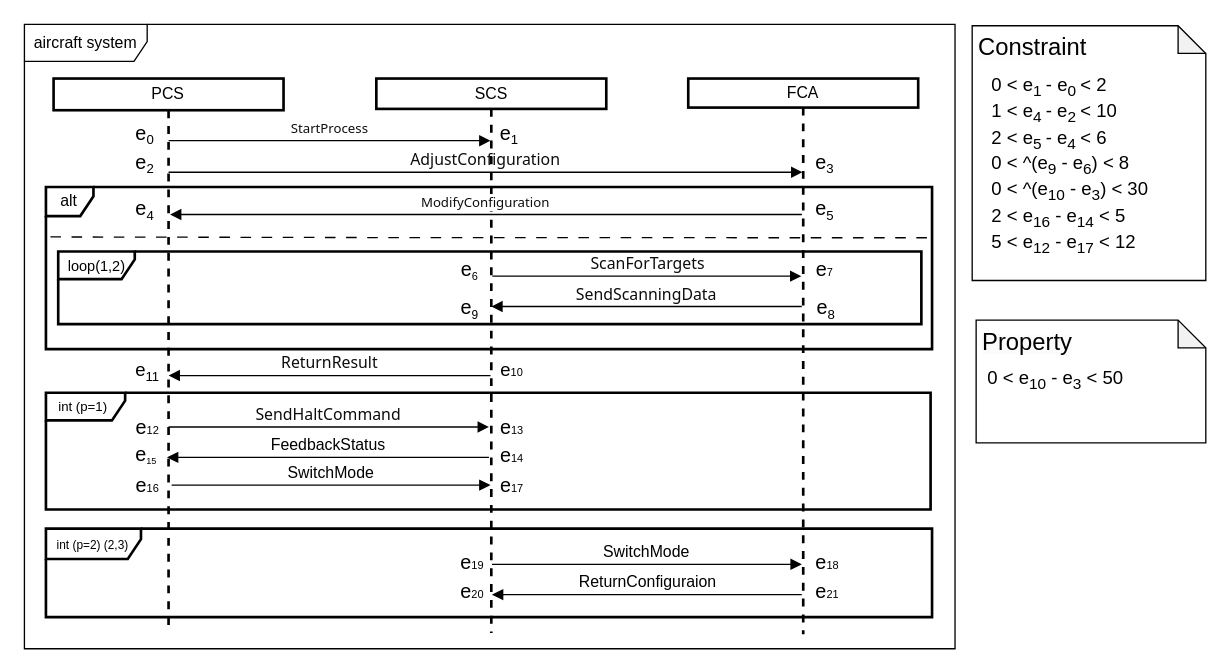
The draw.io diagram block.drawio in ShiYufei0708/draw, before the edit. Source tidied: cells renumbered, new cells numbered last; positions are measured from the earlier drawing's top-left corner, leaving out a move shared by most shapes. Both pictures are drawn from the tidied source at 132%, with x=0, y=0 at pixel (24, 24).
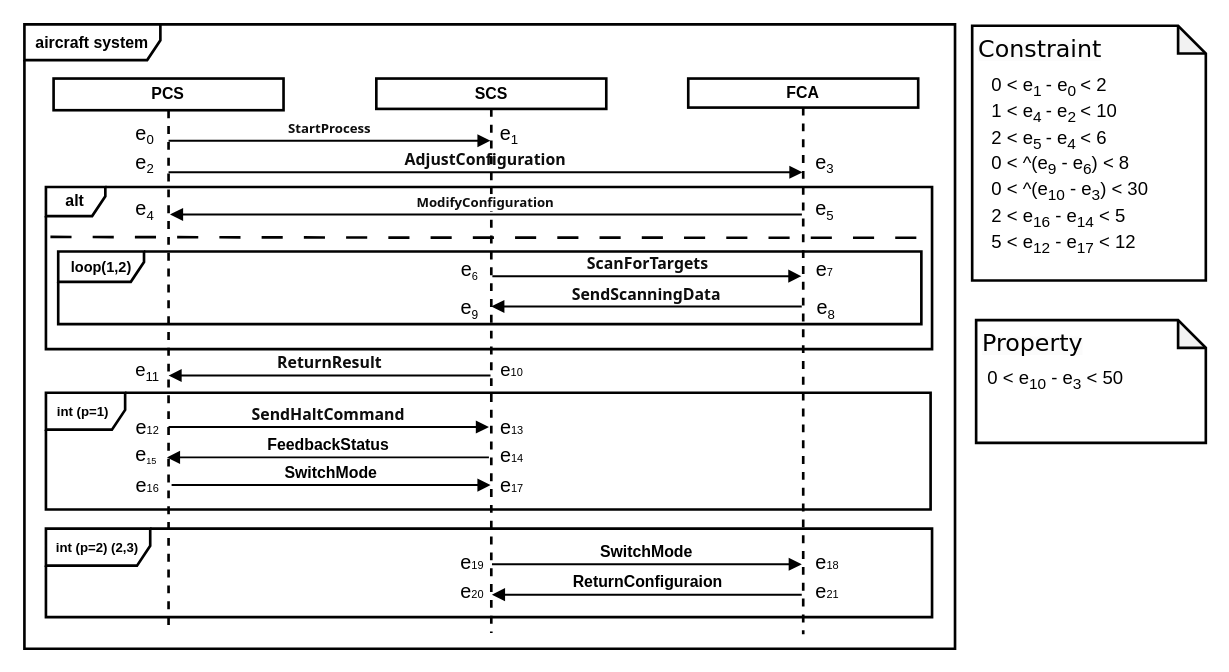
The same page after the edit.

The change refers to these unchanged cells:
```xml
<mxCell id="9" style="group;strokeWidth=3;perimeterSpacing=1;" parent="1" vertex="1">
  <mxGeometry width="705" height="473" as="geometry" />
</mxCell>
```

The edit, as a diff of the source:
```diff
@@
-    <mxCell id="2" style="group;" parent="1" vertex="1">
+    <mxCell id="2" style="group;strokeWidth=2;" parent="1" vertex="1">
       <mxGeometry x="718" y="1" width="177" height="193" as="geometry" />
     </mxCell>
-    <mxCell id="3" style="shape=note;whiteSpace=wrap;html=1;backgroundOutline=1;darkOpacity=0.05;size=21;" parent="2" vertex="1">
+    <mxCell id="3" style="shape=note;whiteSpace=wrap;html=1;backgroundOutline=1;darkOpacity=0.05;size=21;strokeWidth=2;" parent="2" vertex="1">
       <mxGeometry width="177" height="193" as="geometry" />
     </mxCell>
-    <mxCell id="4" value="&lt;span style=&quot;color: rgb(0, 0, 0); font-family: Helvetica; font-style: normal; font-variant-ligatures: normal; font-variant-caps: normal; font-weight: 400; letter-spacing: normal; orphans: 2; text-align: left; text-indent: 0px; text-transform: none; widows: 2; word-spacing: 0px; -webkit-text-stroke-width: 0px; white-space: nowrap; background-color: rgb(251, 251, 251); text-decoration-thickness: initial; text-decoration-style: initial; text-decoration-color: initial; float: none; display: inline !important;&quot;&gt;&lt;font style=&quot;font-size: 18px;&quot;&gt;Constraint&lt;/font&gt;&lt;/span&gt;" style="text;whiteSpace=wrap;html=1;" parent="2" vertex="1">
+    <mxCell id="4" value="&lt;span style=&quot;color: rgb(0, 0, 0); font-style: normal; font-variant-ligatures: normal; font-variant-caps: normal; font-weight: 400; letter-spacing: normal; orphans: 2; text-align: left; text-indent: 0px; text-transform: none; widows: 2; word-spacing: 0px; -webkit-text-stroke-width: 0px; white-space: nowrap; background-color: rgb(251, 251, 251); text-decoration-thickness: initial; text-decoration-style: initial; text-decoration-color: initial; float: none; display: inline !important;&quot;&gt;&lt;font face=&quot;Verdana&quot; style=&quot;font-size: 18px;&quot;&gt;Constraint&lt;/font&gt;&lt;/span&gt;" style="text;whiteSpace=wrap;html=1;" parent="2" vertex="1">
       <mxGeometry x="3" width="78" height="46.5" as="geometry" />
     </mxCell>
@@
-    <mxCell id="6" style="shape=note;whiteSpace=wrap;html=1;backgroundOutline=1;darkOpacity=0.05;size=21;" parent="1" vertex="1">
+    <mxCell id="6" style="shape=note;whiteSpace=wrap;html=1;backgroundOutline=1;darkOpacity=0.05;size=21;strokeWidth=2;" parent="1" vertex="1">
       <mxGeometry x="721" y="224" width="174" height="93" as="geometry" />
     </mxCell>
-    <mxCell id="7" value="&lt;span style=&quot;color: rgb(0, 0, 0); font-family: Helvetica; font-style: normal; font-variant-ligatures: normal; font-variant-caps: normal; font-weight: 400; letter-spacing: normal; orphans: 2; text-align: left; text-indent: 0px; text-transform: none; widows: 2; word-spacing: 0px; -webkit-text-stroke-width: 0px; white-space: nowrap; background-color: rgb(251, 251, 251); text-decoration-thickness: initial; text-decoration-style: initial; text-decoration-color: initial; float: none; display: inline !important;&quot;&gt;&lt;font style=&quot;font-size: 18px;&quot;&gt;Property&lt;/font&gt;&lt;/span&gt;" style="text;whiteSpace=wrap;html=1;" parent="1" vertex="1">
+    <mxCell id="7" value="&lt;span style=&quot;color: rgb(0, 0, 0); font-style: normal; font-variant-ligatures: normal; font-variant-caps: normal; font-weight: 400; letter-spacing: normal; orphans: 2; text-align: left; text-indent: 0px; text-transform: none; widows: 2; word-spacing: 0px; -webkit-text-stroke-width: 0px; white-space: nowrap; background-color: rgb(251, 251, 251); text-decoration-thickness: initial; text-decoration-style: initial; text-decoration-color: initial; float: none; display: inline !important;&quot;&gt;&lt;font face=&quot;Verdana&quot; style=&quot;font-size: 18px;&quot;&gt;Property&lt;/font&gt;&lt;/span&gt;" style="text;whiteSpace=wrap;html=1;" parent="1" vertex="1">
       <mxGeometry x="724" y="224" width="78" height="29" as="geometry" />
     </mxCell>
@@
-    <mxCell id="10" value="aircraft system" style="shape=umlFrame;whiteSpace=wrap;html=1;width=93;height=28;" parent="9" vertex="1">
+    <mxCell id="10" value="&lt;b&gt;aircraft system&lt;/b&gt;" style="shape=umlFrame;whiteSpace=wrap;html=1;width=103;height=27;strokeWidth=2;" parent="9" vertex="1">
       <mxGeometry width="705" height="473" as="geometry" />
     </mxCell>
-    <mxCell id="11" value="PCS" style="shape=umlLifeline;perimeter=lifelinePerimeter;whiteSpace=wrap;html=1;outlineConnect=0;portConstraint=eastwest;newEdgeStyle={&quot;curved&quot;:0,&quot;rounded&quot;:0};size=24;strokeWidth=2;" parent="9" vertex="1">
+    <mxCell id="11" value="&lt;b&gt;PCS&lt;/b&gt;" style="shape=umlLifeline;perimeter=lifelinePerimeter;whiteSpace=wrap;html=1;outlineConnect=0;portConstraint=eastwest;newEdgeStyle={&quot;curved&quot;:0,&quot;rounded&quot;:0};size=24;strokeWidth=2;" parent="9" vertex="1">
       <mxGeometry x="22.1" y="41" width="174.2" height="420" as="geometry" />
     </mxCell>
-    <mxCell id="12" value="FCA" style="shape=umlLifeline;perimeter=lifelinePerimeter;whiteSpace=wrap;html=1;outlineConnect=0;portConstraint=eastwest;newEdgeStyle={&quot;curved&quot;:0,&quot;rounded&quot;:0};size=22;strokeWidth=2;" parent="9" vertex="1">
+    <mxCell id="12" value="&lt;b&gt;FCA&lt;/b&gt;" style="shape=umlLifeline;perimeter=lifelinePerimeter;whiteSpace=wrap;html=1;outlineConnect=0;portConstraint=eastwest;newEdgeStyle={&quot;curved&quot;:0,&quot;rounded&quot;:0};size=22;strokeWidth=2;" parent="9" vertex="1">
       <mxGeometry x="502.9" y="41" width="174.2" height="421" as="geometry" />
     </mxCell>
-    <mxCell id="13" value="&lt;span style=&quot;color: rgb(13, 13, 13); font-family: Söhne, ui-sans-serif, system-ui, -apple-system, &amp;quot;Segoe UI&amp;quot;, Roboto, Ubuntu, Cantarell, &amp;quot;Noto Sans&amp;quot;, sans-serif, &amp;quot;Helvetica Neue&amp;quot;, Arial, &amp;quot;Apple Color Emoji&amp;quot;, &amp;quot;Segoe UI Emoji&amp;quot;, &amp;quot;Segoe UI Symbol&amp;quot;, &amp;quot;Noto Color Emoji&amp;quot;; text-align: left; white-space: pre-wrap;&quot;&gt;&lt;font style=&quot;font-size: 12px;&quot;&gt;AdjustConfiguration&lt;/font&gt;&lt;/span&gt;" style="html=1;verticalAlign=bottom;endArrow=block;curved=0;rounded=0;" parent="9" edge="1">
+    <mxCell id="13" value="&lt;span style=&quot;color: rgb(13, 13, 13); font-family: Söhne, ui-sans-serif, system-ui, -apple-system, &amp;quot;Segoe UI&amp;quot;, Roboto, Ubuntu, Cantarell, &amp;quot;Noto Sans&amp;quot;, sans-serif, &amp;quot;Helvetica Neue&amp;quot;, Arial, &amp;quot;Apple Color Emoji&amp;quot;, &amp;quot;Segoe UI Emoji&amp;quot;, &amp;quot;Segoe UI Symbol&amp;quot;, &amp;quot;Noto Color Emoji&amp;quot;; text-align: left; white-space: pre-wrap;&quot;&gt;&lt;font style=&quot;font-size: 12px;&quot;&gt;&lt;b&gt;AdjustConfiguration&lt;/b&gt;&lt;/font&gt;&lt;/span&gt;" style="html=1;verticalAlign=bottom;endArrow=block;curved=0;rounded=0;strokeWidth=1.5;" parent="9" edge="1">
       <mxGeometry relative="1" as="geometry">
         <mxPoint x="109.2" y="112" as="sourcePoint" />
         <mxPoint x="589.4" y="112" as="targetPoint" />
       </mxGeometry>
     </mxCell>
-    <mxCell id="14" value="&lt;div style=&quot;text-align: left;&quot;&gt;&lt;font size=&quot;1&quot; face=&quot;Söhne, ui-sans-serif, system-ui, -apple-system, Segoe UI, Roboto, Ubuntu, Cantarell, Noto Sans, sans-serif, Helvetica Neue, Arial, Apple Color Emoji, Segoe UI Emoji, Segoe UI Symbol, Noto Color Emoji&quot; color=&quot;#0d0d0d&quot;&gt;&lt;span style=&quot;white-space: pre-wrap;&quot;&gt;StartProcess&lt;/span&gt;&lt;/font&gt;&lt;br&gt;&lt;/div&gt;" style="html=1;verticalAlign=bottom;endArrow=block;curved=0;rounded=0;" parent="9" edge="1" source="11">
+    <mxCell id="14" value="&lt;div style=&quot;text-align: left;&quot;&gt;&lt;font size=&quot;1&quot; face=&quot;Söhne, ui-sans-serif, system-ui, -apple-system, Segoe UI, Roboto, Ubuntu, Cantarell, Noto Sans, sans-serif, Helvetica Neue, Arial, Apple Color Emoji, Segoe UI Emoji, Segoe UI Symbol, Noto Color Emoji&quot; color=&quot;#0d0d0d&quot;&gt;&lt;span style=&quot;white-space: pre-wrap;&quot;&gt;&lt;b&gt;StartProcess&lt;/b&gt;&lt;/span&gt;&lt;/font&gt;&lt;br&gt;&lt;/div&gt;" style="html=1;verticalAlign=bottom;endArrow=block;curved=0;rounded=0;strokeWidth=1.5;" parent="9" edge="1" source="11">
       <mxGeometry relative="1" as="geometry">
         <mxPoint x="353.1" y="88.1" as="targetPoint" />
       </mxGeometry>
     </mxCell>
-    <mxCell id="15" value="&lt;span style=&quot;color: rgb(13, 13, 13); font-family: Söhne, ui-sans-serif, system-ui, -apple-system, &amp;quot;Segoe UI&amp;quot;, Roboto, Ubuntu, Cantarell, &amp;quot;Noto Sans&amp;quot;, sans-serif, &amp;quot;Helvetica Neue&amp;quot;, Arial, &amp;quot;Apple Color Emoji&amp;quot;, &amp;quot;Segoe UI Emoji&amp;quot;, &amp;quot;Segoe UI Symbol&amp;quot;, &amp;quot;Noto Color Emoji&amp;quot;; text-align: left; white-space: pre-wrap;&quot;&gt;&lt;font style=&quot;font-size: 12px;&quot;&gt;ScanForTargets&lt;/font&gt;&lt;/span&gt;" style="html=1;verticalAlign=bottom;endArrow=block;curved=0;rounded=0;" parent="9" edge="1">
+    <mxCell id="15" value="&lt;span style=&quot;color: rgb(13, 13, 13); font-family: Söhne, ui-sans-serif, system-ui, -apple-system, &amp;quot;Segoe UI&amp;quot;, Roboto, Ubuntu, Cantarell, &amp;quot;Noto Sans&amp;quot;, sans-serif, &amp;quot;Helvetica Neue&amp;quot;, Arial, &amp;quot;Apple Color Emoji&amp;quot;, &amp;quot;Segoe UI Emoji&amp;quot;, &amp;quot;Segoe UI Symbol&amp;quot;, &amp;quot;Noto Color Emoji&amp;quot;; text-align: left; white-space: pre-wrap;&quot;&gt;&lt;font style=&quot;font-size: 12px;&quot;&gt;&lt;b&gt;ScanForTargets&lt;/b&gt;&lt;/font&gt;&lt;/span&gt;" style="html=1;verticalAlign=bottom;endArrow=block;curved=0;rounded=0;strokeWidth=1.5;" parent="9" edge="1">
       <mxGeometry relative="1" as="geometry">
         <mxPoint x="354.5" y="190.7" as="sourcePoint" />
         <mxPoint x="588.6" y="190.7" as="targetPoint" />
       </mxGeometry>
     </mxCell>
-    <mxCell id="16" value="&lt;span style=&quot;color: rgb(13, 13, 13); font-family: Söhne, ui-sans-serif, system-ui, -apple-system, &amp;quot;Segoe UI&amp;quot;, Roboto, Ubuntu, Cantarell, &amp;quot;Noto Sans&amp;quot;, sans-serif, &amp;quot;Helvetica Neue&amp;quot;, Arial, &amp;quot;Apple Color Emoji&amp;quot;, &amp;quot;Segoe UI Emoji&amp;quot;, &amp;quot;Segoe UI Symbol&amp;quot;, &amp;quot;Noto Color Emoji&amp;quot;; text-align: left; white-space: pre-wrap;&quot;&gt;&lt;font style=&quot;font-size: 12px;&quot;&gt;ReturnResult&lt;/font&gt;&lt;/span&gt;" style="html=1;verticalAlign=bottom;endArrow=block;curved=0;rounded=0;" parent="9" edge="1">
+    <mxCell id="16" value="&lt;span style=&quot;color: rgb(13, 13, 13); font-family: Söhne, ui-sans-serif, system-ui, -apple-system, &amp;quot;Segoe UI&amp;quot;, Roboto, Ubuntu, Cantarell, &amp;quot;Noto Sans&amp;quot;, sans-serif, &amp;quot;Helvetica Neue&amp;quot;, Arial, &amp;quot;Apple Color Emoji&amp;quot;, &amp;quot;Segoe UI Emoji&amp;quot;, &amp;quot;Segoe UI Symbol&amp;quot;, &amp;quot;Noto Color Emoji&amp;quot;; text-align: left; white-space: pre-wrap;&quot;&gt;&lt;font style=&quot;font-size: 12px;&quot;&gt;&lt;b&gt;ReturnResult&lt;/b&gt;&lt;/font&gt;&lt;/span&gt;" style="html=1;verticalAlign=bottom;endArrow=block;curved=0;rounded=0;strokeWidth=1.5;" parent="9" edge="1">
       <mxGeometry relative="1" as="geometry">
         <mxPoint x="353.1" y="266" as="sourcePoint" />
         <mxPoint x="109.2" y="266" as="targetPoint" />
       </mxGeometry>
     </mxCell>
-    <mxCell id="17" value="&lt;font style=&quot;font-size: 10px;&quot;&gt;int (p=1)&amp;nbsp;&lt;/font&gt;" style="shape=umlFrame;whiteSpace=wrap;html=1;width=60;height=21;strokeWidth=2;" parent="9" vertex="1">
+    <mxCell id="17" value="&lt;font style=&quot;font-size: 10px;&quot;&gt;&lt;b&gt;int (p=1)&amp;nbsp;&lt;/b&gt;&lt;/font&gt;" style="shape=umlFrame;whiteSpace=wrap;html=1;width=60;height=28;strokeWidth=2;" parent="9" vertex="1">
       <mxGeometry x="16.3" y="279" width="670.2" height="88.5" as="geometry" />
     </mxCell>
-    <mxCell id="18" value="&lt;font style=&quot;font-size: 12px;&quot;&gt;FeedbackStatus&lt;/font&gt;" style="html=1;verticalAlign=bottom;endArrow=block;curved=0;rounded=0;exitX=0.059;exitY=0.567;exitDx=0;exitDy=0;exitPerimeter=0;" parent="9" edge="1">
+    <mxCell id="18" value="&lt;font style=&quot;font-size: 12px;&quot;&gt;&lt;b&gt;FeedbackStatus&lt;/b&gt;&lt;/font&gt;" style="html=1;verticalAlign=bottom;endArrow=block;curved=0;rounded=0;exitX=0.059;exitY=0.567;exitDx=0;exitDy=0;exitPerimeter=0;strokeWidth=1.5;" parent="9" edge="1">
       <mxGeometry relative="1" as="geometry">
         <mxPoint x="351.9" y="328" as="sourcePoint" />
         <mxPoint x="108" y="328" as="targetPoint" />
       </mxGeometry>
     </mxCell>
-    <mxCell id="19" value="&lt;font style=&quot;font-size: 12px;&quot;&gt;SwitchMode&lt;/font&gt;" style="html=1;verticalAlign=bottom;endArrow=block;curved=0;rounded=0;" parent="9" edge="1">
+    <mxCell id="19" value="&lt;font style=&quot;font-size: 12px;&quot;&gt;&lt;b&gt;SwitchMode&lt;/b&gt;&lt;/font&gt;" style="html=1;verticalAlign=bottom;endArrow=block;curved=0;rounded=0;strokeWidth=1.5;" parent="9" edge="1">
       <mxGeometry x="-0.01" relative="1" as="geometry">
         <mxPoint x="111.5" y="349" as="sourcePoint" />
         <mxPoint x="353.1" y="349" as="targetPoint" />
       </mxGeometry>
     </mxCell>
-    <mxCell id="20" value="SCS" style="shape=umlLifeline;perimeter=lifelinePerimeter;whiteSpace=wrap;html=1;outlineConnect=0;portConstraint=eastwest;newEdgeStyle={&quot;curved&quot;:0,&quot;rounded&quot;:0};size=23;strokeWidth=2;" parent="9" vertex="1">
+    <mxCell id="20" value="&lt;b&gt;SCS&lt;/b&gt;" style="shape=umlLifeline;perimeter=lifelinePerimeter;whiteSpace=wrap;html=1;outlineConnect=0;portConstraint=eastwest;newEdgeStyle={&quot;curved&quot;:0,&quot;rounded&quot;:0};size=23;strokeWidth=2;" parent="9" vertex="1">
       <mxGeometry x="266.6" y="41" width="174.2" height="420" as="geometry" />
     </mxCell>
-    <mxCell id="21" value="&lt;span style=&quot;text-align: left;&quot;&gt;&lt;font style=&quot;&quot;&gt;&lt;font size=&quot;1&quot; face=&quot;Söhne, ui-sans-serif, system-ui, -apple-system, Segoe UI, Roboto, Ubuntu, Cantarell, Noto Sans, sans-serif, Helvetica Neue, Arial, Apple Color Emoji, Segoe UI Emoji, Segoe UI Symbol, Noto Color Emoji&quot; color=&quot;#0d0d0d&quot;&gt;&lt;span style=&quot;white-space: pre-wrap;&quot;&gt;ModifyConfiguration&lt;/span&gt;&lt;/font&gt;&lt;/font&gt;&lt;/span&gt;" style="html=1;verticalAlign=bottom;endArrow=none;curved=0;rounded=0;startArrow=block;startFill=1;endFill=0;" parent="9" edge="1" target="12">
+    <mxCell id="21" value="&lt;span style=&quot;text-align: left;&quot;&gt;&lt;font style=&quot;&quot;&gt;&lt;font size=&quot;1&quot; face=&quot;Söhne, ui-sans-serif, system-ui, -apple-system, Segoe UI, Roboto, Ubuntu, Cantarell, Noto Sans, sans-serif, Helvetica Neue, Arial, Apple Color Emoji, Segoe UI Emoji, Segoe UI Symbol, Noto Color Emoji&quot; color=&quot;#0d0d0d&quot;&gt;&lt;span style=&quot;white-space: pre-wrap;&quot;&gt;&lt;b&gt;ModifyConfiguration&lt;/b&gt;&lt;/span&gt;&lt;/font&gt;&lt;/font&gt;&lt;/span&gt;" style="html=1;verticalAlign=bottom;endArrow=none;curved=0;rounded=0;startArrow=block;startFill=1;endFill=0;strokeWidth=1.5;" parent="9" edge="1" target="12">
       <mxGeometry relative="1" as="geometry">
         <mxPoint x="110.3" y="144" as="sourcePoint" />
       </mxGeometry>
     </mxCell>
-    <mxCell id="22" value="alt" style="shape=umlFrame;whiteSpace=wrap;html=1;width=36;height=22;strokeWidth=2;" parent="9" vertex="1">
+    <mxCell id="22" value="&lt;b&gt;alt&lt;/b&gt;" style="shape=umlFrame;whiteSpace=wrap;html=1;width=45;height=22;strokeWidth=2;" parent="9" vertex="1">
       <mxGeometry x="16.3" y="123.2" width="671.3" height="122.8" as="geometry" />
     </mxCell>
-    <mxCell id="23" value="&lt;span style=&quot;color: rgb(13, 13, 13); font-family: Söhne, ui-sans-serif, system-ui, -apple-system, &amp;quot;Segoe UI&amp;quot;, Roboto, Ubuntu, Cantarell, &amp;quot;Noto Sans&amp;quot;, sans-serif, &amp;quot;Helvetica Neue&amp;quot;, Arial, &amp;quot;Apple Color Emoji&amp;quot;, &amp;quot;Segoe UI Emoji&amp;quot;, &amp;quot;Segoe UI Symbol&amp;quot;, &amp;quot;Noto Color Emoji&amp;quot;; text-align: left; white-space: pre-wrap;&quot;&gt;&lt;font style=&quot;font-size: 12px;&quot;&gt;SendScanningData&lt;/font&gt;&lt;/span&gt;" style="html=1;verticalAlign=bottom;endArrow=block;curved=0;rounded=0;" parent="9" edge="1" target="20">
+    <mxCell id="23" value="&lt;span style=&quot;color: rgb(13, 13, 13); font-family: Söhne, ui-sans-serif, system-ui, -apple-system, &amp;quot;Segoe UI&amp;quot;, Roboto, Ubuntu, Cantarell, &amp;quot;Noto Sans&amp;quot;, sans-serif, &amp;quot;Helvetica Neue&amp;quot;, Arial, &amp;quot;Apple Color Emoji&amp;quot;, &amp;quot;Segoe UI Emoji&amp;quot;, &amp;quot;Segoe UI Symbol&amp;quot;, &amp;quot;Noto Color Emoji&amp;quot;; text-align: left; white-space: pre-wrap;&quot;&gt;&lt;font style=&quot;font-size: 12px;&quot;&gt;&lt;b&gt;SendScanningData&lt;/b&gt;&lt;/font&gt;&lt;/span&gt;" style="html=1;verticalAlign=bottom;endArrow=block;curved=0;rounded=0;strokeWidth=1.5;" parent="9" edge="1" target="20">
       <mxGeometry relative="1" as="geometry">
         <mxPoint x="588.9" y="213.7" as="sourcePoint" />
       </mxGeometry>
     </mxCell>
-    <mxCell id="24" style="endArrow=none;dashed=1;html=1;rounded=0;exitX=-0.003;exitY=0.275;exitDx=0;exitDy=0;exitPerimeter=0;entryX=1.001;entryY=0.313;entryDx=0;entryDy=0;entryPerimeter=0;dashPattern=8 8;strokeWidth=1;" parent="9" edge="1" target="22">
+    <mxCell id="24" style="endArrow=none;dashed=1;html=1;rounded=0;exitX=-0.003;exitY=0.275;exitDx=0;exitDy=0;exitPerimeter=0;entryX=1.001;entryY=0.313;entryDx=0;entryDy=0;entryPerimeter=0;dashPattern=8 8;strokeWidth=2;" parent="9" edge="1" target="22">
       <mxGeometry relative="1" as="geometry">
         <mxPoint x="19.7" y="161" as="sourcePoint" />
         <Array as="points">
           <mxPoint x="279.9" y="161.5" />
         </Array>
       </mxGeometry>
     </mxCell>
-    <mxCell id="25" value="&lt;font style=&quot;font-size: 11px;&quot;&gt;loop(1,2)&lt;/font&gt;" style="shape=umlFrame;whiteSpace=wrap;html=1;width=58;height=21;strokeWidth=2;" parent="9" vertex="1">
+    <mxCell id="25" value="&lt;font style=&quot;font-size: 11px;&quot;&gt;&lt;b&gt;loop(1,2)&lt;/b&gt;&lt;/font&gt;" style="shape=umlFrame;whiteSpace=wrap;html=1;width=65;height=23;strokeWidth=2;" parent="9" vertex="1">
       <mxGeometry x="25.6" y="172" width="653.9" height="55" as="geometry" />
     </mxCell>
-    <mxCell id="26" value="&lt;font style=&quot;font-size: 9px;&quot;&gt;int (p=2)&amp;nbsp;(2,3)&lt;/font&gt;" style="shape=umlFrame;whiteSpace=wrap;html=1;width=72;height=23;strokeWidth=2;" parent="9" vertex="1">
+    <mxCell id="26" value="&lt;font size=&quot;1&quot; style=&quot;&quot;&gt;&lt;b style=&quot;font-size: 10px;&quot;&gt;int (p=2)&amp;nbsp;(2,3)&lt;/b&gt;&lt;/font&gt;" style="shape=umlFrame;whiteSpace=wrap;html=1;width=79;height=28;strokeWidth=2;" parent="9" vertex="1">
       <mxGeometry x="16.3" y="382" width="671.3" height="67" as="geometry" />
     </mxCell>
-    <mxCell id="27" value="&lt;font style=&quot;font-size: 12px;&quot;&gt;SwitchMode&lt;/font&gt;" style="html=1;verticalAlign=bottom;endArrow=block;curved=0;rounded=0;" parent="9" edge="1">
+    <mxCell id="27" value="&lt;font style=&quot;font-size: 12px;&quot;&gt;&lt;b&gt;SwitchMode&lt;/b&gt;&lt;/font&gt;" style="html=1;verticalAlign=bottom;endArrow=block;curved=0;rounded=0;strokeWidth=1.5;" parent="9" edge="1">
       <mxGeometry relative="1" as="geometry">
         <mxPoint x="354.2" y="409" as="sourcePoint" />
         <mxPoint x="588.9" y="409" as="targetPoint" />
       </mxGeometry>
     </mxCell>
-    <mxCell id="28" value="&lt;font style=&quot;font-size: 12px;&quot;&gt;ReturnConfiguraion&lt;/font&gt;" style="html=1;verticalAlign=bottom;endArrow=block;curved=0;rounded=0;" parent="9" edge="1">
+    <mxCell id="28" value="&lt;font style=&quot;font-size: 12px;&quot;&gt;&lt;b&gt;ReturnConfiguraion&lt;/b&gt;&lt;/font&gt;" style="html=1;verticalAlign=bottom;endArrow=block;curved=0;rounded=0;strokeWidth=1.5;" parent="9" edge="1">
       <mxGeometry relative="1" as="geometry">
         <mxPoint x="588.9" y="432" as="sourcePoint" />
         <mxPoint x="354.2" y="432" as="targetPoint" />
       </mxGeometry>
     </mxCell>
@@
-    <mxCell id="49" value="&lt;span style=&quot;color: rgb(13, 13, 13); font-family: Söhne, ui-sans-serif, system-ui, -apple-system, &amp;quot;Segoe UI&amp;quot;, Roboto, Ubuntu, Cantarell, &amp;quot;Noto Sans&amp;quot;, sans-serif, &amp;quot;Helvetica Neue&amp;quot;, Arial, &amp;quot;Apple Color Emoji&amp;quot;, &amp;quot;Segoe UI Emoji&amp;quot;, &amp;quot;Segoe UI Symbol&amp;quot;, &amp;quot;Noto Color Emoji&amp;quot;; text-align: left; white-space: pre-wrap;&quot;&gt;&lt;font style=&quot;font-size: 12px;&quot;&gt;SendHaltCommand&lt;/font&gt;&lt;/span&gt;" style="html=1;verticalAlign=bottom;endArrow=block;curved=0;rounded=0;entryX=0.059;entryY=0.577;entryDx=0;entryDy=0;entryPerimeter=0;" parent="9" edge="1">
+    <mxCell id="49" value="&lt;span style=&quot;color: rgb(13, 13, 13); font-family: Söhne, ui-sans-serif, system-ui, -apple-system, &amp;quot;Segoe UI&amp;quot;, Roboto, Ubuntu, Cantarell, &amp;quot;Noto Sans&amp;quot;, sans-serif, &amp;quot;Helvetica Neue&amp;quot;, Arial, &amp;quot;Apple Color Emoji&amp;quot;, &amp;quot;Segoe UI Emoji&amp;quot;, &amp;quot;Segoe UI Symbol&amp;quot;, &amp;quot;Noto Color Emoji&amp;quot;; text-align: left; white-space: pre-wrap;&quot;&gt;&lt;font style=&quot;font-size: 12px;&quot;&gt;&lt;b&gt;SendHaltCommand&lt;/b&gt;&lt;/font&gt;&lt;/span&gt;" style="html=1;verticalAlign=bottom;endArrow=block;curved=0;rounded=0;entryX=0.059;entryY=0.577;entryDx=0;entryDy=0;entryPerimeter=0;strokeWidth=1.5;" parent="9" edge="1">
       <mxGeometry relative="1" as="geometry">
         <mxPoint x="109.2" y="305" as="sourcePoint" />
         <mxPoint x="351.9" y="305" as="targetPoint" />
       </mxGeometry>
     </mxCell>
```
